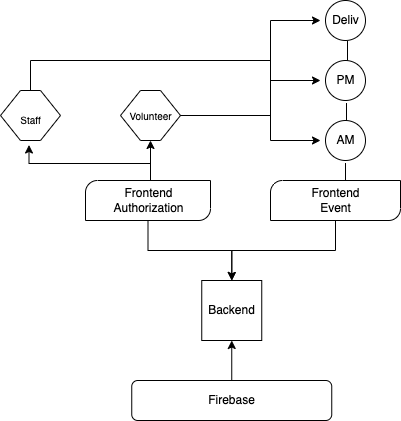
The draw.io diagram gatsby-starter-default/Untitled Diagram.drawio.png in 9polymath/Challenge, before a commit. Source tidied: cells renumbered, new cells last; positions are measured from the earlier drawing's top-left corner, leaving out a move shared by most shapes.
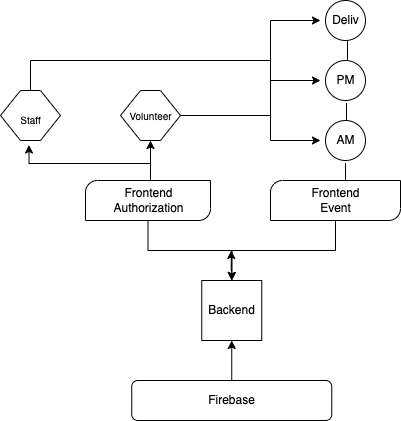
The same diagram one commit later.

The edit, as a diff of the source:
```diff
@@ -144,5 +144,11 @@
         <mxPoint x="150" y="140" as="targetPoint" />
       </mxGeometry>
     </mxCell>
+    <mxCell id="32" style="endArrow=classic;html=1;rounded=0;fontSize=10;" parent="1" edge="1">
+      <mxGeometry relative="1" as="geometry">
+        <mxPoint x="230.8" y="270" as="sourcePoint" />
+        <mxPoint x="230.8" y="250" as="targetPoint" />
+      </mxGeometry>
+    </mxCell>
   </root>
 </mxGraphModel>
```
